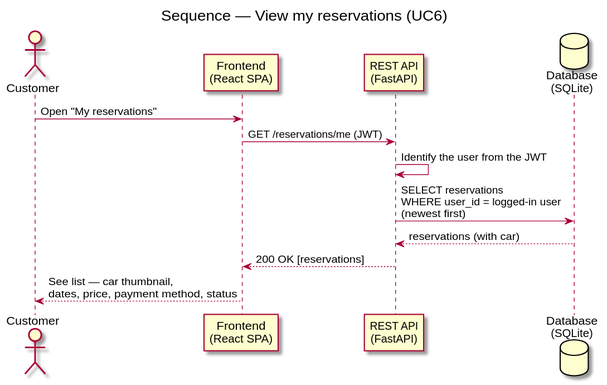
DavidMagyarics/CarRentalVSB keeps this PlantUML diagram as docs/diagrams/sequence-view-my-reservations.svg. Above is the earlier version.
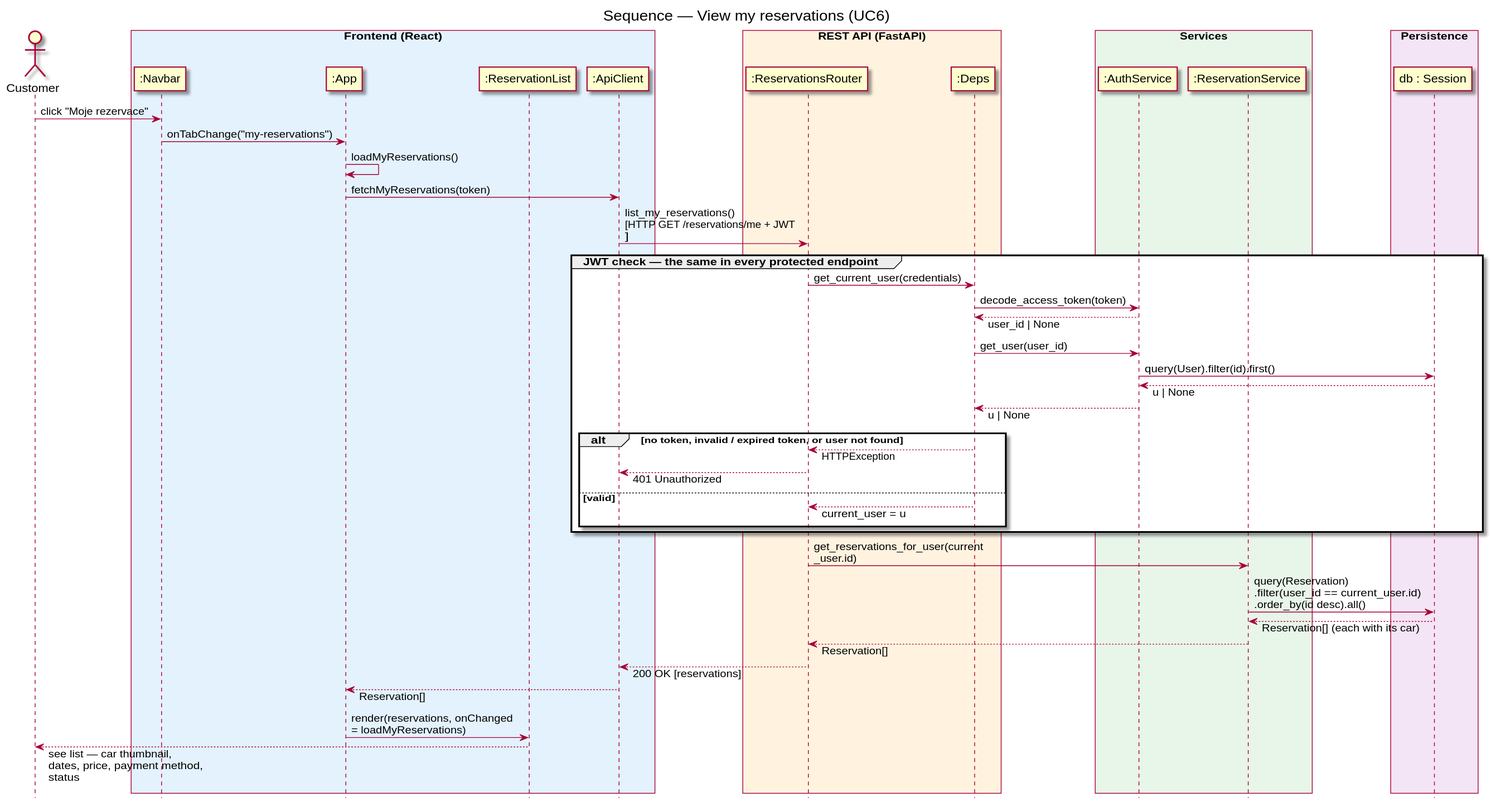
Above is the later version.

Change to the diagram source:
```diff
@@ -1,17 +1,57 @@
 @startuml sequence-view-my-reservations
 skinparam backgroundColor white
+skinparam responseMessageBelowArrow true
+skinparam maxMessageSize 220
+hide footbox
 title Sequence — View my reservations (UC6)
 
 actor Customer
-participant "Frontend\n(React SPA)" as FE
-participant "REST API\n(FastAPI)" as API
-database "Database\n(SQLite)" as DB
+box "Frontend (React)" #E3F2FD
+  participant ":Navbar" as Navbar
+  participant ":App" as App
+  participant ":ReservationList" as List
+  participant ":ApiClient" as ApiClient
+end box
+box "REST API (FastAPI)" #FFF3E0
+  participant ":ReservationsRouter" as ResRouter
+  participant ":Deps" as Deps
+end box
+box "Services" #E8F5E9
+  participant ":AuthService" as AuthService
+  participant ":ReservationService" as ResService
+end box
+box "Persistence" #F3E5F5
+  participant "db : Session" as DB
+end box
 
-Customer -> FE: Open "My reservations"
-FE -> API: GET /reservations/me (JWT)
-API -> API: Identify the user from the JWT
-API -> DB: SELECT reservations\nWHERE user_id = logged-in user\n(newest first)
-DB --> API: reservations (with car)
-API --> FE: 200 OK [reservations]
-FE --> Customer: See list — car thumbnail,\ndates, price, payment method, status
+Customer -> Navbar : click "Moje rezervace"
+Navbar -> App : onTabChange("my-reservations")
+App -> App : loadMyReservations()
+App -> ApiClient : fetchMyReservations(token)
+ApiClient -> ResRouter : list_my_reservations()\n[HTTP GET /reservations/me + JWT]
+
+group JWT check — the same in every protected endpoint
+  ResRouter -> Deps : get_current_user(credentials)
+  Deps -> AuthService : decode_access_token(token)
+  AuthService --> Deps : user_id | None
+  Deps -> AuthService : get_user(user_id)
+  AuthService -> DB : query(User).filter(id).first()
+  DB --> AuthService : u | None
+  AuthService --> Deps : u | None
+  alt no token, invalid / expired token, or user not found
+    Deps --> ResRouter : HTTPException
+    ResRouter --> ApiClient : 401 Unauthorized
+  else valid
+    Deps --> ResRouter : current_user = u
+  end
+end
+
+ResRouter -> ResService : get_reservations_for_user(current_user.id)
+ResService -> DB : query(Reservation)\n.filter(user_id == current_user.id)\n.order_by(id desc).all()
+DB --> ResService : Reservation[] (each with its car)
+ResService --> ResRouter : Reservation[]
+ResRouter --> ApiClient : 200 OK [reservations]
+ApiClient --> App : Reservation[]
+App -> List : render(reservations, onChanged = loadMyReservations)
+List --> Customer : see list — car thumbnail,\ndates, price, payment method, status
 @enduml
```
